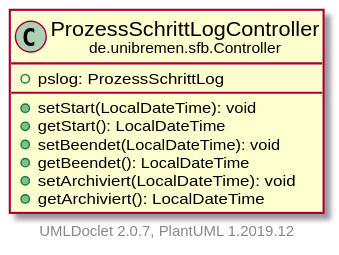
The PlantUML diagram doc/UML/modulsichtSVG/ProzessSchrittLogController.svg in fkehlenb/softwareprojekt-2, before a commit. Source of this version:
```plantuml
@startuml
    set namespaceSeparator none
    hide empty fields
    hide empty methods

    class "<size:14>ProzessSchrittLogController\n<size:10>de.unibremen.sfb.Controller" as de.unibremen.sfb.Controller.ProzessSchrittLogController [[ProzessSchrittLogController.html]] {
        +pslog: ProzessSchrittLog
        +setStart(LocalDateTime): void
        +getStart(): LocalDateTime
        +setBeendet(LocalDateTime): void
        +getBeendet(): LocalDateTime
        +setArchiviert(LocalDateTime): void
        +getArchiviert(): LocalDateTime
    }

    center footer UMLDoclet 2.0.7, PlantUML 1.2019.12
@enduml
```
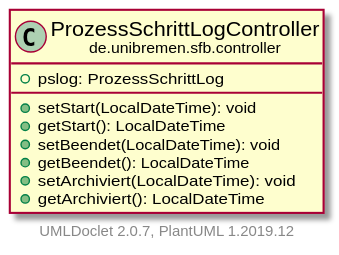
Above is the later version.

The edit, as a diff of the source:
```diff
@@ -3,7 +3,7 @@
     hide empty fields
     hide empty methods
 
-    class "<size:14>ProzessSchrittLogController\n<size:10>de.unibremen.sfb.Controller" as de.unibremen.sfb.Controller.ProzessSchrittLogController [[ProzessSchrittLogController.html]] {
+    class "<size:14>ProzessSchrittLogController\n<size:10>de.unibremen.sfb.controller" as de.unibremen.sfb.controller.ProzessSchrittLogController [[ProzessSchrittLogController.html]] {
         +pslog: ProzessSchrittLog
         +setStart(LocalDateTime): void
         +getStart(): LocalDateTime
```
